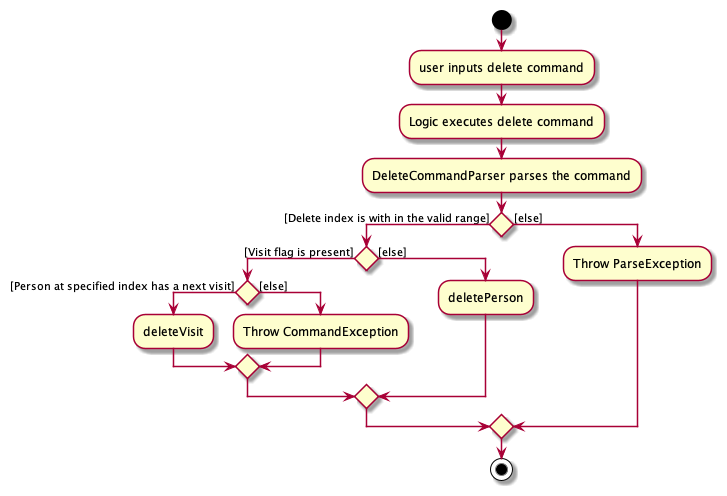
This is docs/images/DeleteCommandActivityDiagram.png from nus-cs2103-AY2122S1/tp, a PlantUML export, as it was before one commit.
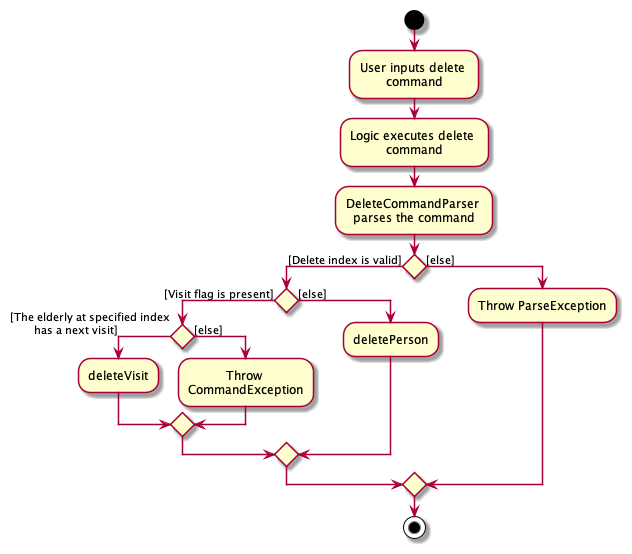
After the change.

Change to the diagram source:
```diff
@@ -1,12 +1,16 @@
 @startuml
+skinparam wrapWidth 140
+skinparam defaultTextAlignment center
+
 start
-:user inputs delete command;
+:User inputs delete command;
 :Logic executes delete command;
 :DeleteCommandParser parses the command;
 
-if () then ([Delete index is with in the valid range])
+if () then ([Delete index is valid])
     if() then ([Visit flag is present])
-        if() then ([Person at specified index has a next visit])
+        if() then ([The elderly at specified index
+        has a next visit])
             :deleteVisit;
         else ([else])
             :Throw CommandException;
```
